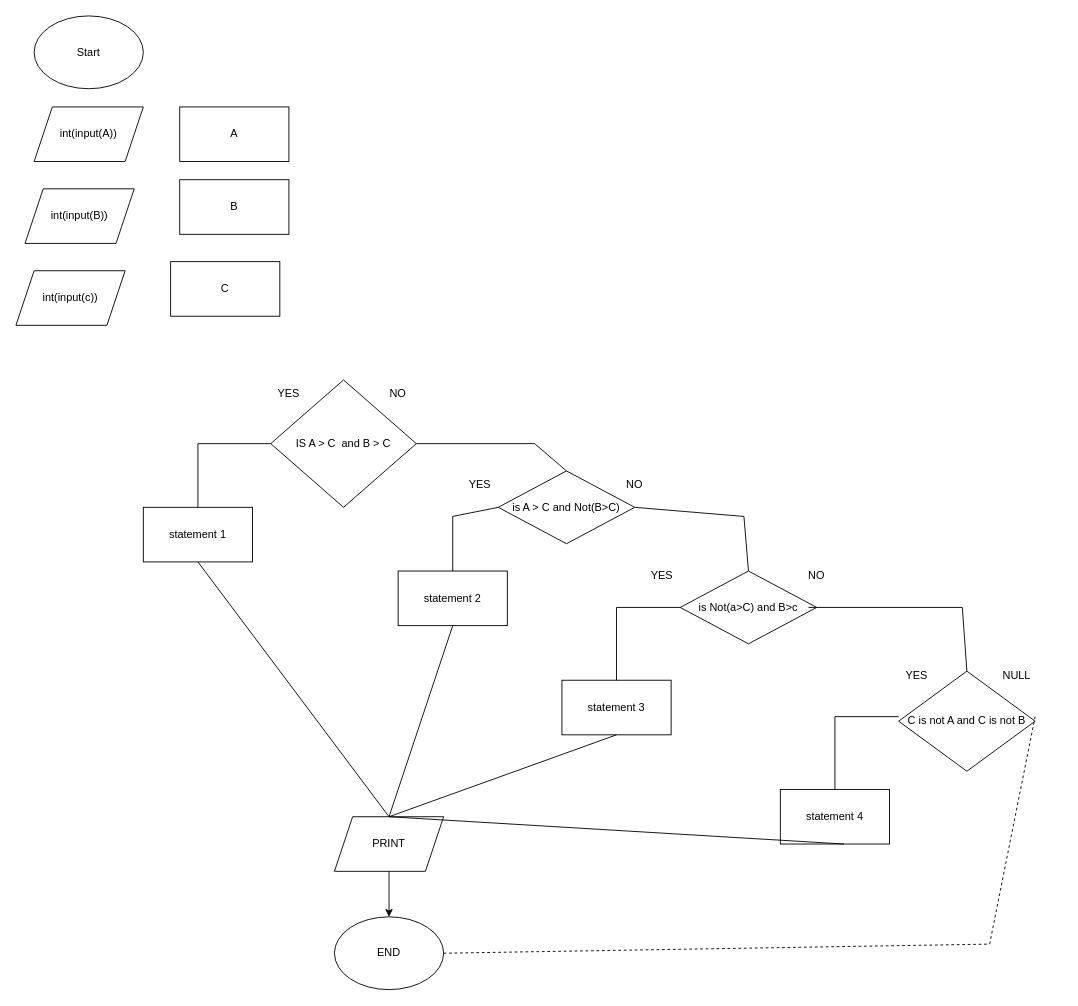
This is w7-4.drawio from Transtirlant/student---csv11, a draw.io file, before an edit. Source tidied: cells renumbered, new cells numbered last; positions are measured from the earlier drawing's top-left corner, leaving out a move shared by most shapes. Both pictures are drawn from the tidied source at 91%, with x=0, y=0 at pixel (15, 15).
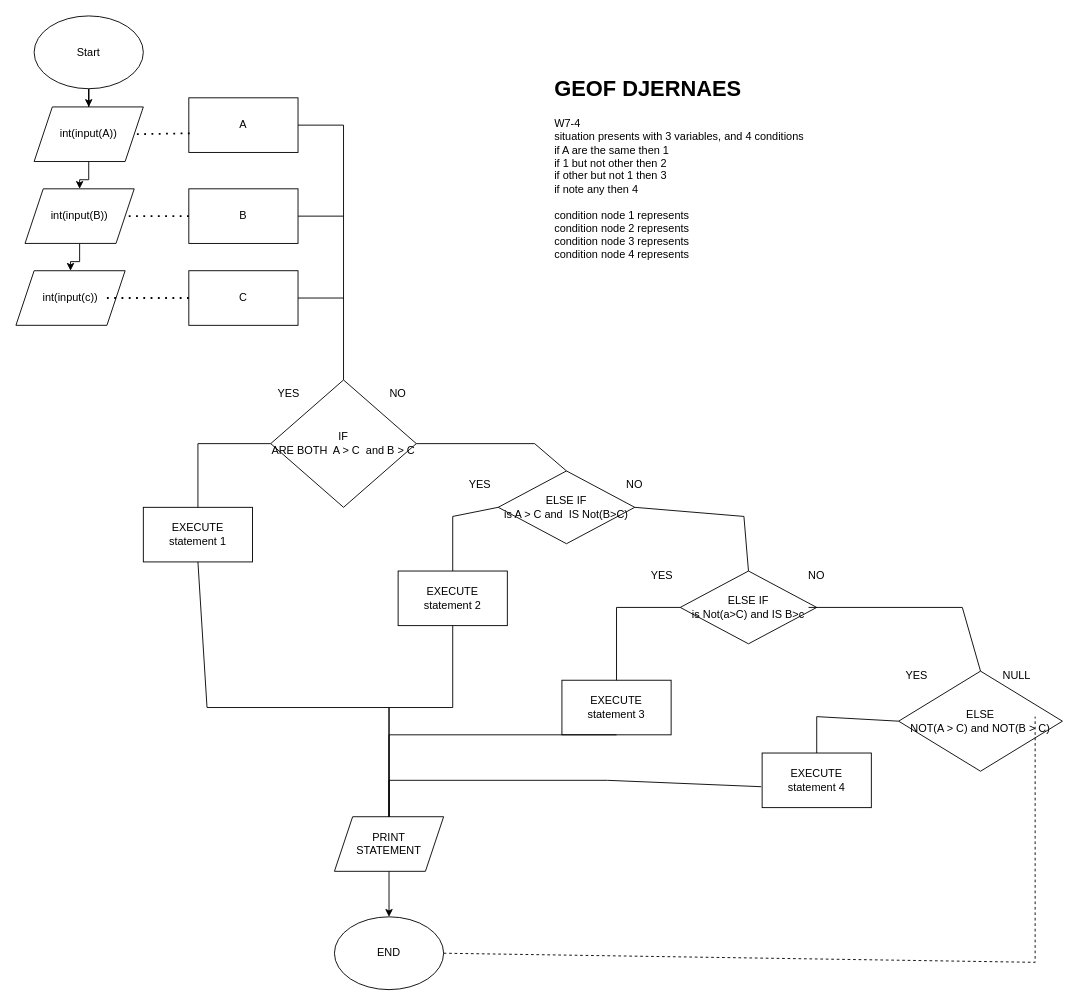
Above is the later version.

Unchanged cells that the change refers to:
```xml
<mxCell id="2" value="Start" style="ellipse;whiteSpace=wrap;html=1;" parent="1" vertex="1">
  <mxGeometry x="20" width="120" height="80" as="geometry" />
</mxCell>
<mxCell id="3" value="END" style="ellipse;whiteSpace=wrap;html=1;" parent="1" vertex="1">
  <mxGeometry x="350" y="990" width="120" height="80" as="geometry" />
</mxCell>
<mxCell id="14" value="int(input(B))" style="shape=parallelogram;perimeter=parallelogramPerimeter;whiteSpace=wrap;html=1;fixedSize=1;" parent="1" vertex="1">
  <mxGeometry x="10" y="190" width="120" height="60" as="geometry" />
</mxCell>
<mxCell id="15" value="int(input(A))" style="shape=parallelogram;perimeter=parallelogramPerimeter;whiteSpace=wrap;html=1;fixedSize=1;" parent="1" vertex="1">
  <mxGeometry x="20" y="100" width="120" height="60" as="geometry" />
</mxCell>
<mxCell id="32" value="int(input(c))" style="shape=parallelogram;perimeter=parallelogramPerimeter;whiteSpace=wrap;html=1;fixedSize=1;" parent="1" vertex="1">
  <mxGeometry y="280" width="120" height="60" as="geometry" />
</mxCell>
```

Diff of the diagram source:
```diff
@@
+    <mxCell id="40" style="edgeStyle=orthogonalEdgeStyle;rounded=0;jettySize=auto;html=1;" parent="1" edge="1" source="2" target="15">
+      <mxGeometry relative="1" as="geometry" />
+    </mxCell>
@@
-    <mxCell id="4" value="&lt;div&gt;&lt;span style=&quot;background-color: transparent; color: light-dark(rgb(0, 0, 0), rgb(255, 255, 255));&quot;&gt;IS A &amp;gt; C&amp;nbsp; and B &amp;gt; C&lt;/span&gt;&lt;/div&gt;" style="rhombus;whiteSpace=wrap;html=1;" parent="1" vertex="1">
+    <mxCell id="4" value="&lt;div&gt;&lt;span style=&quot;background-color: transparent; color: light-dark(rgb(0, 0, 0), rgb(255, 255, 255));&quot;&gt;IF&lt;/span&gt;&lt;/div&gt;&lt;div&gt;&lt;span style=&quot;background-color: transparent; color: light-dark(rgb(0, 0, 0), rgb(255, 255, 255));&quot;&gt;ARE BOTH&amp;nbsp; A &amp;gt; C&amp;nbsp; and B &amp;gt; C&lt;/span&gt;&lt;/div&gt;" style="rhombus;whiteSpace=wrap;html=1;" parent="1" vertex="1">
       <mxGeometry x="280" y="400" width="160" height="140" as="geometry" />
     </mxCell>
-    <mxCell id="5" value="statement 3" style="rounded=0;whiteSpace=wrap;html=1;" parent="1" vertex="1">
+    <mxCell id="5" value="&lt;div&gt;EXECUTE&lt;/div&gt;statement 3" style="rounded=0;whiteSpace=wrap;html=1;" parent="1" vertex="1">
       <mxGeometry x="600" y="730" width="120" height="60" as="geometry" />
     </mxCell>
-    <mxCell id="6" value="statement 2" style="rounded=0;whiteSpace=wrap;html=1;" parent="1" vertex="1">
+    <mxCell id="6" value="&lt;div&gt;EXECUTE&lt;/div&gt;statement 2" style="rounded=0;whiteSpace=wrap;html=1;" parent="1" vertex="1">
       <mxGeometry x="420" y="610" width="120" height="60" as="geometry" />
     </mxCell>
-    <mxCell id="7" value="statement 1" style="rounded=0;whiteSpace=wrap;html=1;" parent="1" vertex="1">
+    <mxCell id="7" value="&lt;div&gt;EXECUTE&lt;/div&gt;statement 1" style="rounded=0;whiteSpace=wrap;html=1;" parent="1" vertex="1">
       <mxGeometry x="140" y="540" width="120" height="60" as="geometry" />
     </mxCell>
-    <mxCell id="8" value="statement 4" style="rounded=0;whiteSpace=wrap;html=1;" parent="1" vertex="1">
-      <mxGeometry x="840" y="850" width="120" height="60" as="geometry" />
+    <mxCell id="8" value="&lt;div&gt;EXECUTE&lt;/div&gt;statement 4" style="rounded=0;whiteSpace=wrap;html=1;" parent="1" vertex="1">
+      <mxGeometry x="820" y="810" width="120" height="60" as="geometry" />
     </mxCell>
-    <mxCell id="9" value="is A &amp;gt; C and Not(B&amp;gt;C)" style="rhombus;whiteSpace=wrap;html=1;" parent="1" vertex="1">
+    <mxCell id="9" value="&lt;div&gt;ELSE IF&lt;/div&gt;is A &amp;gt; C and&amp;nbsp; IS Not(B&amp;gt;C)" style="rhombus;whiteSpace=wrap;html=1;" parent="1" vertex="1">
       <mxGeometry x="530" y="500" width="150" height="80" as="geometry" />
     </mxCell>
-    <mxCell id="10" value="is Not(a&amp;gt;C) and B&amp;gt;c" style="rhombus;whiteSpace=wrap;html=1;" parent="1" vertex="1">
+    <mxCell id="10" value="&lt;div&gt;ELSE IF&lt;/div&gt;is Not(a&amp;gt;C) and IS B&amp;gt;c" style="rhombus;whiteSpace=wrap;html=1;" parent="1" vertex="1">
       <mxGeometry x="730" y="610" width="150" height="80" as="geometry" />
     </mxCell>
-    <mxCell id="11" value="C is not A and C is not B" style="rhombus;whiteSpace=wrap;html=1;" parent="1" vertex="1">
-      <mxGeometry x="970" y="720" width="150" height="110" as="geometry" />
+    <mxCell id="11" value="&lt;div&gt;ELSE&lt;/div&gt;NOT(A &amp;gt; C) and NOT(B &amp;gt; C)" style="rhombus;whiteSpace=wrap;html=1;" parent="1" vertex="1">
+      <mxGeometry x="970" y="720" width="180" height="110" as="geometry" />
     </mxCell>
     <mxCell id="12" value="B" style="rounded=0;whiteSpace=wrap;html=1;" parent="1" vertex="1">
-      <mxGeometry x="180" y="180" width="120" height="60" as="geometry" />
+      <mxGeometry x="190" y="190" width="120" height="60" as="geometry" />
     </mxCell>
     <mxCell id="13" value="A" style="rounded=0;whiteSpace=wrap;html=1;" parent="1" vertex="1">
-      <mxGeometry x="180" y="100" width="120" height="60" as="geometry" />
+      <mxGeometry x="190" y="90" width="120" height="60" as="geometry" />
     </mxCell>
+    <mxCell id="41" style="edgeStyle=orthogonalEdgeStyle;rounded=0;jettySize=auto;html=1;" parent="1" edge="1" source="14" target="32">
+      <mxGeometry relative="1" as="geometry" />
+    </mxCell>
@@
+    <mxCell id="42" style="edgeStyle=orthogonalEdgeStyle;rounded=0;jettySize=auto;html=1;" parent="1" edge="1" source="15" target="14">
+      <mxGeometry relative="1" as="geometry" />
+    </mxCell>
@@
-    <mxCell id="27" style="endArrow=none;html=1;rounded=0;entryX=0;entryY=0.5;entryDx=0;entryDy=0;exitX=0.5;exitY=0;exitDx=0;exitDy=0;" parent="1" edge="1">
+    <mxCell id="27" style="endArrow=none;html=1;rounded=0;entryX=0;entryY=0.5;entryDx=0;entryDy=0;exitX=0.5;exitY=0;exitDx=0;exitDy=0;" parent="1" edge="1" source="8" target="11">
       <mxGeometry relative="1" as="geometry">
-        <mxPoint x="900" y="850" as="sourcePoint" />
-        <mxPoint x="970" y="770" as="targetPoint" />
         <Array as="points">
-          <mxPoint x="900" y="770" />
+          <mxPoint x="880" y="770" />
         </Array>
       </mxGeometry>
     </mxCell>
@@
     <mxCell id="31" value="C" style="rounded=0;whiteSpace=wrap;html=1;" parent="1" vertex="1">
-      <mxGeometry x="170" y="270" width="120" height="60" as="geometry" />
+      <mxGeometry x="190" y="280" width="120" height="60" as="geometry" />
     </mxCell>
@@
     <mxCell id="33" style="endArrow=none;dashed=1;html=1;rounded=0;exitX=1;exitY=0.5;exitDx=0;exitDy=0;" parent="1" edge="1" source="3">
       <mxGeometry relative="1" as="geometry">
         <mxPoint x="1120" y="770" as="targetPoint" />
         <Array as="points">
-          <mxPoint x="1070" y="1020" />
+          <mxPoint x="1120" y="1040" />
         </Array>
       </mxGeometry>
     </mxCell>
@@
-    <mxCell id="35" value="PRINT" style="shape=parallelogram;perimeter=parallelogramPerimeter;whiteSpace=wrap;html=1;fixedSize=1;" parent="1" vertex="1">
+    <mxCell id="35" value="PRINT&lt;div&gt;STATEMENT&lt;/div&gt;" style="shape=parallelogram;perimeter=parallelogramPerimeter;whiteSpace=wrap;html=1;fixedSize=1;" parent="1" vertex="1">
       <mxGeometry x="350" y="880" width="120" height="60" as="geometry" />
     </mxCell>
     <mxCell id="36" style="endArrow=none;html=1;rounded=0;entryX=0.5;entryY=1;entryDx=0;entryDy=0;exitX=0.5;exitY=0;exitDx=0;exitDy=0;" parent="1" edge="1" source="35" target="7">
-      <mxGeometry relative="1" as="geometry" />
+      <mxGeometry relative="1" as="geometry">
+        <Array as="points">
+          <mxPoint x="410" y="760" />
+          <mxPoint x="210" y="760" />
+        </Array>
+      </mxGeometry>
     </mxCell>
     <mxCell id="37" style="endArrow=none;html=1;rounded=0;entryX=0.5;entryY=1;entryDx=0;entryDy=0;exitX=0.5;exitY=0;exitDx=0;exitDy=0;" parent="1" edge="1" source="35" target="6">
-      <mxGeometry relative="1" as="geometry" />
+      <mxGeometry relative="1" as="geometry">
+        <Array as="points">
+          <mxPoint x="410" y="760" />
+          <mxPoint x="480" y="760" />
+        </Array>
+      </mxGeometry>
     </mxCell>
     <mxCell id="38" style="endArrow=none;html=1;rounded=0;exitX=0.5;exitY=0;exitDx=0;exitDy=0;" parent="1" edge="1" source="35">
       <mxGeometry relative="1" as="geometry">
         <mxPoint x="660" y="790" as="targetPoint" />
+        <Array as="points">
+          <mxPoint x="410" y="790" />
+        </Array>
       </mxGeometry>
     </mxCell>
-    <mxCell id="39" style="endArrow=none;html=1;rounded=0;exitX=0.5;exitY=0;exitDx=0;exitDy=0;" parent="1" edge="1" source="35">
+    <mxCell id="39" style="endArrow=none;html=1;rounded=0;exitX=0.5;exitY=0;exitDx=0;exitDy=0;entryX=-0.008;entryY=0.617;entryDx=0;entryDy=0;entryPerimeter=0;" parent="1" edge="1" source="35" target="8">
       <mxGeometry relative="1" as="geometry">
-        <mxPoint x="910" y="910" as="targetPoint" />
+        <Array as="points">
+          <mxPoint x="410" y="840" />
+          <mxPoint x="650" y="840" />
+        </Array>
       </mxGeometry>
     </mxCell>
+    <mxCell id="43" style="endArrow=none;dashed=1;html=1;dashPattern=1 3;strokeWidth=2;rounded=0;entryX=1;entryY=0.5;entryDx=0;entryDy=0;exitX=0.008;exitY=0.65;exitDx=0;exitDy=0;exitPerimeter=0;" parent="1" edge="1" source="13" target="15">
+      <mxGeometry relative="1" as="geometry" />
+    </mxCell>
+    <mxCell id="44" style="endArrow=none;dashed=1;html=1;dashPattern=1 3;strokeWidth=2;rounded=0;entryX=1;entryY=0.5;entryDx=0;entryDy=0;exitX=0;exitY=0.5;exitDx=0;exitDy=0;" parent="1" edge="1" source="12" target="14">
+      <mxGeometry relative="1" as="geometry" />
+    </mxCell>
+    <mxCell id="45" style="endArrow=none;dashed=1;html=1;dashPattern=1 3;strokeWidth=2;rounded=0;entryX=0.833;entryY=0.5;entryDx=0;entryDy=0;entryPerimeter=0;exitX=0;exitY=0.5;exitDx=0;exitDy=0;" parent="1" edge="1" source="31" target="32">
+      <mxGeometry relative="1" as="geometry" />
+    </mxCell>
+    <mxCell id="46" style="endArrow=none;html=1;rounded=0;exitX=0.5;exitY=0;exitDx=0;exitDy=0;entryX=1;entryY=0.5;entryDx=0;entryDy=0;" parent="1" edge="1" source="4" target="13">
+      <mxGeometry relative="1" as="geometry">
+        <Array as="points">
+          <mxPoint x="360" y="120" />
+        </Array>
+      </mxGeometry>
+    </mxCell>
+    <mxCell id="47" style="endArrow=none;html=1;rounded=0;exitX=1;exitY=0.5;exitDx=0;exitDy=0;" parent="1" edge="1" source="12">
+      <mxGeometry relative="1" as="geometry">
+        <mxPoint x="360" y="220" as="targetPoint" />
+      </mxGeometry>
+    </mxCell>
+    <mxCell id="48" style="endArrow=none;html=1;rounded=0;exitX=1;exitY=0.5;exitDx=0;exitDy=0;" parent="1" edge="1" source="31">
+      <mxGeometry relative="1" as="geometry">
+        <mxPoint x="360" y="310" as="targetPoint" />
+      </mxGeometry>
+    </mxCell>
+    <mxCell id="49" value="&lt;h1 style=&quot;margin-top: 0px;&quot;&gt;GEOF DJERNAES&lt;/h1&gt;&lt;div&gt;W7-4&lt;/div&gt;&lt;div&gt;situation presents with 3 variables, and 4 conditions&lt;/div&gt;&lt;div&gt;if A are the same then 1&lt;/div&gt;&lt;div&gt;if 1 but not other then 2&lt;/div&gt;&lt;div&gt;if other but not 1 then 3&lt;/div&gt;&lt;div&gt;if note any then 4&lt;/div&gt;&lt;div&gt;&lt;br&gt;&lt;/div&gt;&lt;div&gt;condition node 1 represents&amp;nbsp;&lt;/div&gt;&lt;div&gt;&lt;div&gt;condition node 2 represents&amp;nbsp;&lt;/div&gt;&lt;div&gt;&lt;div&gt;condition node 3 represents&amp;nbsp;&lt;/div&gt;&lt;div&gt;&lt;div&gt;condition node 4 represents&amp;nbsp;&lt;/div&gt;&lt;div&gt;&lt;br&gt;&lt;/div&gt;&lt;/div&gt;&lt;/div&gt;&lt;/div&gt;" style="text;html=1;whiteSpace=wrap;overflow=hidden;rounded=0;" parent="1" vertex="1">
+      <mxGeometry x="590" y="60" width="440" height="260" as="geometry" />
+    </mxCell>
```
